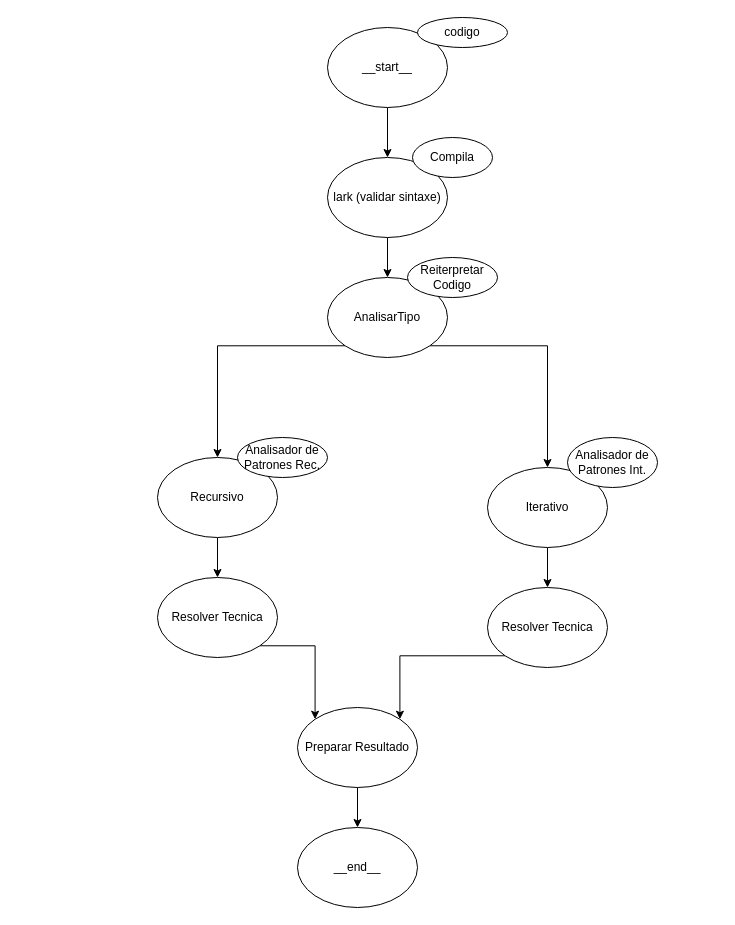
Earlier version of the draw.io diagram docs/langgraph.drawio (MauroGc19/Proyecto-Algoritmos). Source tidied: cells renumbered, new cells numbered last; positions are measured from the earlier drawing's top-left corner, leaving out a move shared by most shapes. Both pictures are drawn from the tidied source at 100%, with x=0, y=0 at pixel (157, 17).
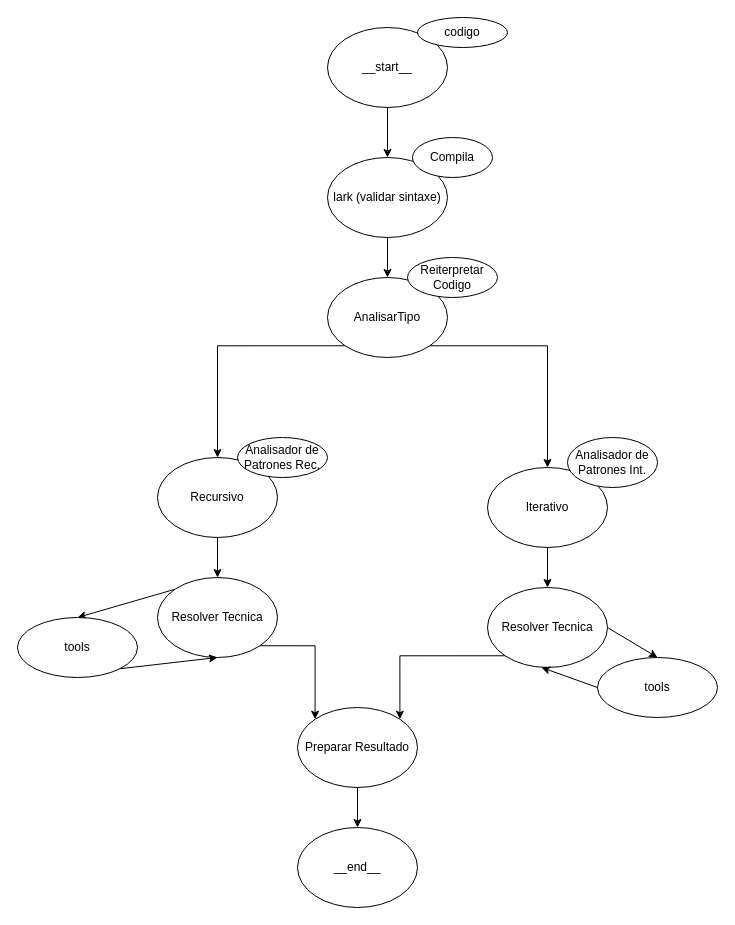
The same diagram, later.

Commit message (it also covers changes not shown here):
implementacion basica del agente langgraph

The change refers to these unchanged cells:
```xml
<mxCell id="17" value="Resolver Tecnica" style="ellipse;whiteSpace=wrap;html=1;" parent="1" vertex="1">
  <mxGeometry y="560" width="120" height="80" as="geometry" />
</mxCell>
<mxCell id="19" value="Resolver Tecnica" style="ellipse;whiteSpace=wrap;html=1;" parent="1" vertex="1">
  <mxGeometry x="330" y="570" width="120" height="80" as="geometry" />
</mxCell>
```

The edit, as a diff of the source:
```diff
@@
+    <mxCell id="25" style="edgeStyle=none;html=1;exitX=0;exitY=0;exitDx=0;exitDy=0;entryX=0.5;entryY=0;entryDx=0;entryDy=0;" parent="1" edge="1" source="17" target="28">
+      <mxGeometry relative="1" as="geometry" />
+    </mxCell>
@@
+    <mxCell id="26" style="edgeStyle=none;html=1;exitX=1;exitY=0.5;exitDx=0;exitDy=0;entryX=0.5;entryY=0;entryDx=0;entryDy=0;" parent="1" edge="1" source="19" target="29">
+      <mxGeometry relative="1" as="geometry" />
+    </mxCell>
@@
+    <mxCell id="27" style="edgeStyle=none;html=1;exitX=1;exitY=1;exitDx=0;exitDy=0;entryX=0.5;entryY=1;entryDx=0;entryDy=0;" parent="1" edge="1" source="28" target="17">
+      <mxGeometry relative="1" as="geometry" />
+    </mxCell>
+    <mxCell id="28" value="tools" style="ellipse;whiteSpace=wrap;html=1;" parent="1" vertex="1">
+      <mxGeometry x="-140" y="600" width="120" height="60" as="geometry" />
+    </mxCell>
+    <mxCell id="29" value="tools" style="ellipse;whiteSpace=wrap;html=1;" parent="1" vertex="1">
+      <mxGeometry x="440" y="640" width="120" height="60" as="geometry" />
+    </mxCell>
+    <mxCell id="30" style="edgeStyle=none;html=1;exitX=0;exitY=0.5;exitDx=0;exitDy=0;entryX=0.45;entryY=1;entryDx=0;entryDy=0;entryPerimeter=0;" parent="1" edge="1" source="29" target="19">
+      <mxGeometry relative="1" as="geometry" />
+    </mxCell>
```
